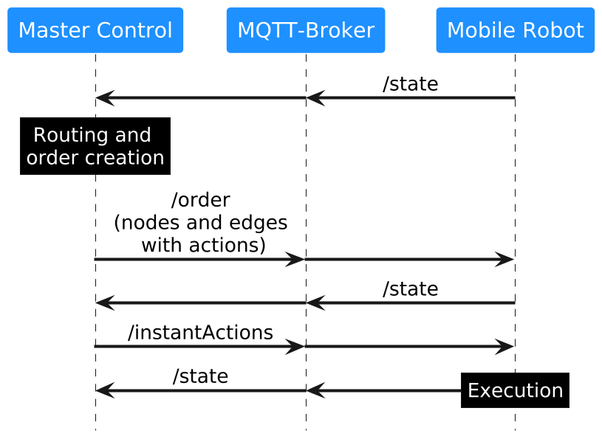
This is assets/information_flow_VDA5050.png from VDA5050/VDA5050, a PlantUML export, as it was before one commit.
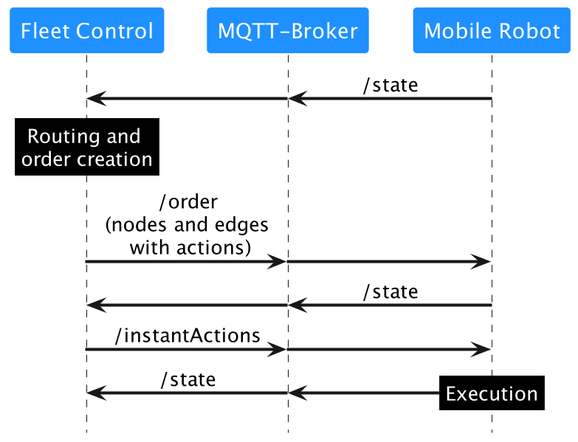
The same diagram one commit later.

Diff of the diagram source:
```diff
@@ -8,7 +8,7 @@
 skinparam participantBorderColor None
 skinparam ArrowThickness 2
 
-participant "Master Control" #dodgerblue
+participant "Fleet Control" #dodgerblue
 participant "MQTT-Broker" #dodgerblue
 participant "Mobile Robot" #dodgerblue
 hide footbox
@@ -17,25 +17,26 @@
 
 
 "MQTT-Broker" <- "Mobile Robot": /state
-&"Master Control" <- "MQTT-Broker":
+&"Fleet Control" <- "MQTT-Broker":
 
-rnote over "Master Control" #black
+rnote over "Fleet Control" #black
 Routing and
 order creation
 endrnote
-"Master Control" -> "MQTT-Broker": /order\n(nodes and edges\n with actions)
+"Fleet Control" -> "MQTT-Broker": /order\n(nodes and edges\n with actions)
 & "MQTT-Broker" -> "Mobile Robot":<U+0020><U+0020><U+0020><U+0020><U+0020><U+0020><U+0020><U+0020><U+0020><U+0020><U+0020><U+0020><U+0020><U+0020><U+0020><U+0020><U+0020><U+0020><U+0020><U+0020><U+0020><U+0020><U+0020><U+0020><U+0020><U+0020><U+0020><U+0020>
 "MQTT-Broker" <- "Mobile Robot": /state
-&"Master Control" <- "MQTT-Broker":
+&"Fleet Control" <- "MQTT-Broker":
 
-"Master Control" -> "MQTT-Broker": /instantActions
+"Fleet Control" -> "MQTT-Broker": /instantActions
 & "MQTT-Broker" -> "Mobile Robot"
 
 
-"Master Control" <- "MQTT-Broker": /state
+"Fleet Control" <- "MQTT-Broker": /state
 & "MQTT-Broker" <- "Mobile Robot"
 
 &rnote over "Mobile Robot" #black
 Execution
 endrnote
+
 @enduml
```
